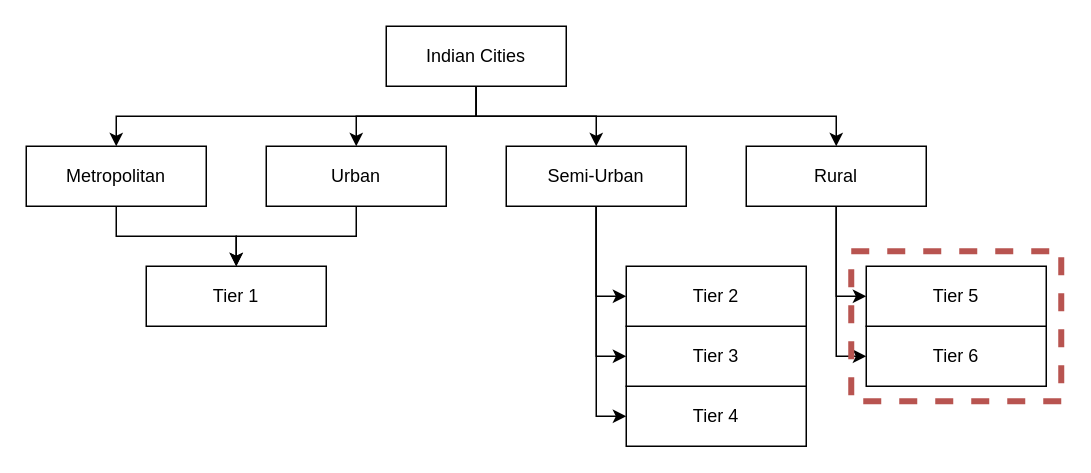
This is india-lab/india-lab-2021.drawio from akshitsingla/drawio-diagrams, a draw.io file, before an edit. Source tidied: cells renumbered, new cells numbered last; positions are measured from the earlier drawing's top-left corner, leaving out a move shared by most shapes. Both pictures are drawn from the tidied source at 150%, with x=0, y=0 at pixel (26, 26).
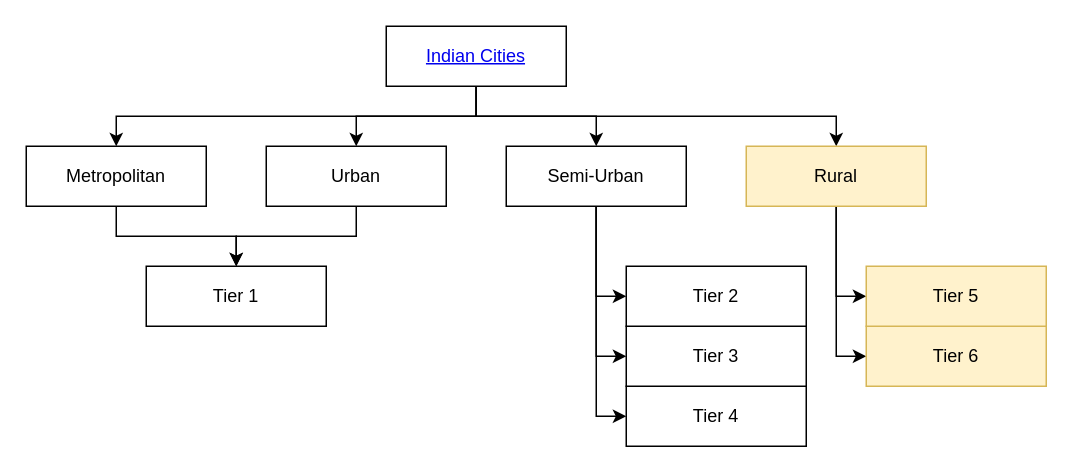
Above is the later version.

What changed in the source:
```diff
@@
-    <mxCell id="6" value="Indian Cities" style="rounded=0;whiteSpace=wrap;html=1;" parent="1" vertex="1">
+    <mxCell id="6" value="&lt;a href=&quot;https://en.wikipedia.org/wiki/Classification_of_Indian_cities&quot;&gt;Indian Cities&lt;/a&gt;" style="rounded=0;whiteSpace=wrap;html=1;" parent="1" vertex="1">
       <mxGeometry x="240" width="120" height="40" as="geometry" />
     </mxCell>
@@
-    <mxCell id="17" value="Rural" style="rounded=0;whiteSpace=wrap;html=1;" parent="1" vertex="1">
+    <mxCell id="17" value="Rural" style="rounded=0;whiteSpace=wrap;html=1;fillColor=#fff2cc;strokeColor=#d6b656;" parent="1" vertex="1">
       <mxGeometry x="480" y="80" width="120" height="40" as="geometry" />
     </mxCell>
-    <mxCell id="18" value="Tier 6" style="rounded=0;whiteSpace=wrap;html=1;" parent="1" vertex="1">
+    <mxCell id="18" value="Tier 6" style="rounded=0;whiteSpace=wrap;html=1;fillColor=#fff2cc;strokeColor=#d6b656;" parent="1" vertex="1">
       <mxGeometry x="560" y="200" width="120" height="40" as="geometry" />
     </mxCell>
-    <mxCell id="19" value="Tier 5" style="rounded=0;whiteSpace=wrap;html=1;" parent="1" vertex="1">
+    <mxCell id="19" value="Tier 5" style="rounded=0;whiteSpace=wrap;html=1;fillColor=#fff2cc;strokeColor=#d6b656;" parent="1" vertex="1">
       <mxGeometry x="560" y="160" width="120" height="40" as="geometry" />
     </mxCell>
@@
-    <mxCell id="24" style="rounded=0;whiteSpace=wrap;html=1;strokeColor=#b85450;fillColor=none;dashed=1;strokeWidth=4;" parent="1" vertex="1">
-      <mxGeometry x="550" y="150" width="140" height="100" as="geometry" />
-    </mxCell>
```
